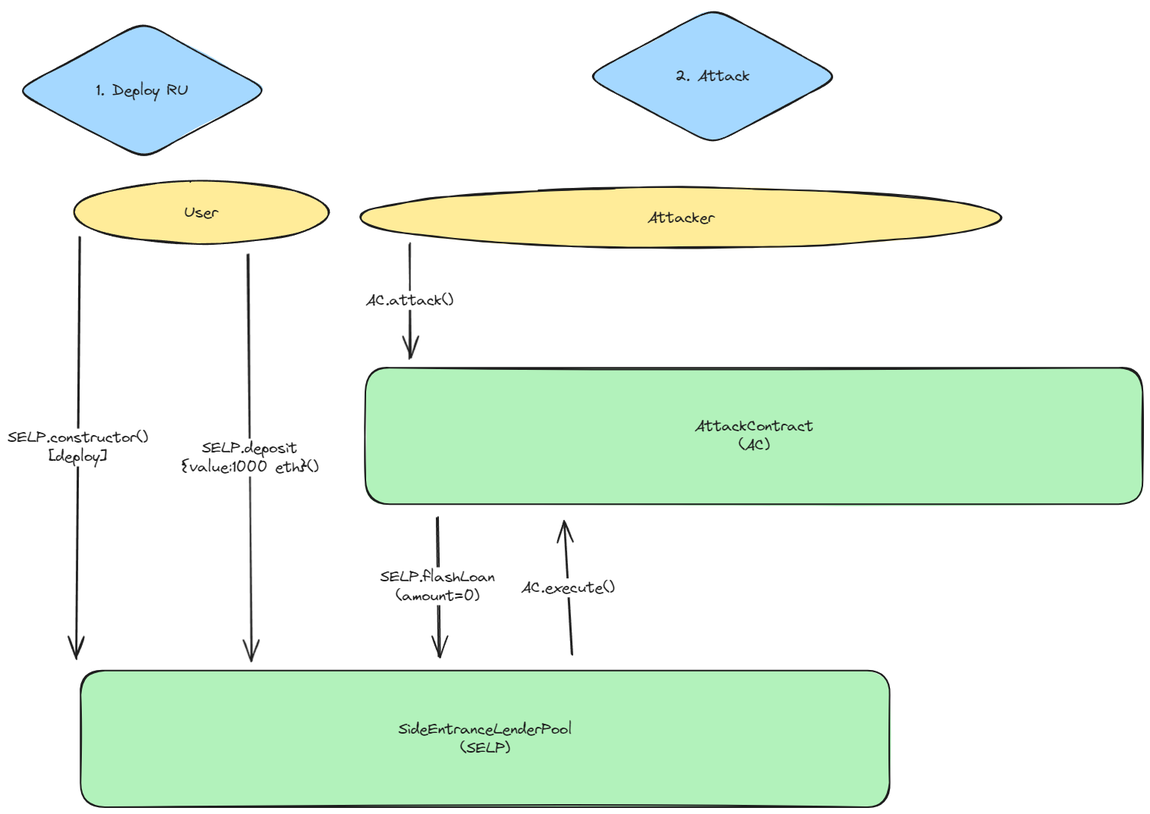
branjwong/damn-vulnerable-defi-echidna keeps this Excalidraw diagram as exercise8/diagram.excalidraw.png. Above is the earlier version. Source tidied: one line per element, renumbered; positions are measured from the earlier drawing's top-left corner, leaving out a move shared by most shapes. The source it was exported from:
```json
{"id": 0, "type": "ellipse", "strokeColor": "#1e1e1e", "backgroundColor": "#ffec99", "fillStyle": "solid", "strokeWidth": 2, "roughness": 1, "round": true, "x": 456, "y": 237, "width": 846, "height": 80}
{"id": 1, "type": "text", "text": "Attacker", "strokeColor": "#1e1e1e", "backgroundColor": "#ffec99", "fillStyle": "solid", "strokeWidth": 2, "roughness": 1, "fontSize": 20, "fontFamily": 1, "textAlign": "center", "verticalAlign": "middle", "inside": 0, "x": 835, "y": 265, "width": 88, "height": 25}
{"id": 2, "type": "arrow", "strokeColor": "#1e1e1e", "backgroundColor": "#b2f2bb", "fillStyle": "solid", "strokeWidth": 2, "roughness": 1, "endArrowhead": "arrow", "round": true, "from": 18, "to": 4, "x": 556, "y": 672, "width": 3, "height": 183, "points": [[0, 0], [3, 183]]}
{"id": 3, "type": "text", "text": "SELP.flashLoan\n(amount=0)", "strokeColor": "#1e1e1e", "backgroundColor": "#b2f2bb", "fillStyle": "solid", "strokeWidth": 2, "roughness": 1, "fontSize": 20, "fontFamily": 1, "textAlign": "center", "verticalAlign": "middle", "inside": 2, "x": 423, "y": 734, "width": 151, "height": 50}
{"id": 4, "type": "rectangle", "strokeColor": "#1e1e1e", "backgroundColor": "#b2f2bb", "fillStyle": "solid", "strokeWidth": 2, "roughness": 1, "round": true, "x": 87, "y": 875, "width": 1067, "height": 180}
{"id": 5, "type": "text", "text": "SideEntranceLenderPool\n(SELP)", "strokeColor": "#1e1e1e", "backgroundColor": "#b2f2bb", "fillStyle": "solid", "strokeWidth": 2, "roughness": 1, "fontSize": 20, "fontFamily": 1, "textAlign": "center", "verticalAlign": "middle", "inside": 4, "x": 506, "y": 940, "width": 229, "height": 50}
{"id": 6, "type": "arrow", "strokeColor": "#1e1e1e", "backgroundColor": "#b2f2bb", "fillStyle": "solid", "strokeWidth": 2, "roughness": 1, "endArrowhead": "arrow", "round": true, "from": 8, "to": 4, "x": 86, "y": 302, "width": 5, "height": 557, "points": [[0, 0], [-5, 557]]}
{"id": 7, "type": "text", "text": "SELP.constructor()\n[deploy]", "strokeColor": "#1e1e1e", "backgroundColor": "#b2f2bb", "fillStyle": "solid", "strokeWidth": 2, "roughness": 1, "fontSize": 20, "fontFamily": 1, "textAlign": "center", "verticalAlign": "middle", "inside": 6, "x": 138, "y": 842, "width": 185, "height": 50}
{"id": 8, "type": "ellipse", "strokeColor": "#1e1e1e", "backgroundColor": "#ffec99", "fillStyle": "solid", "strokeWidth": 2, "roughness": 1, "round": true, "x": 77, "y": 229, "width": 337, "height": 82}
{"id": 9, "type": "text", "text": "User", "strokeColor": "#1e1e1e", "backgroundColor": "#ffec99", "fillStyle": "solid", "strokeWidth": 2, "roughness": 1, "fontSize": 20, "fontFamily": 1, "textAlign": "center", "verticalAlign": "middle", "inside": 8, "x": 223, "y": 258, "width": 45, "height": 25}
{"id": 10, "type": "diamond", "strokeColor": "#1e1e1e", "backgroundColor": "#a5d8ff", "fillStyle": "solid", "strokeWidth": 2, "roughness": 1, "round": true, "x": 0, "y": 19, "width": 337, "height": 181}
{"id": 11, "type": "text", "text": "1. Deploy RU", "strokeColor": "#1e1e1e", "strokeWidth": 2, "roughness": 1, "fontSize": 20, "fontFamily": 1, "textAlign": "center", "verticalAlign": "middle", "inside": 10, "x": 108, "y": 97, "width": 121, "height": 25}
{"id": 12, "type": "diamond", "strokeColor": "#1e1e1e", "backgroundColor": "#a5d8ff", "fillStyle": "solid", "strokeWidth": 2, "roughness": 1, "round": true, "x": 752, "y": 0, "width": 337, "height": 181}
{"id": 13, "type": "text", "text": "2. Attack", "strokeColor": "#1e1e1e", "strokeWidth": 2, "roughness": 1, "fontSize": 20, "fontFamily": 1, "textAlign": "center", "verticalAlign": "middle", "inside": 12, "x": 871, "y": 78, "width": 99, "height": 25}
{"id": 14, "type": "arrow", "strokeColor": "#1e1e1e", "backgroundColor": "#b2f2bb", "fillStyle": "solid", "strokeWidth": 2, "roughness": 1, "endArrowhead": "arrow", "round": true, "from": 8, "to": 4, "x": 307, "y": 325, "width": 5, "height": 538, "points": [[0, 0], [5, 538]]}
{"id": 15, "type": "text", "text": "SELP.deposit\n{value:1000 eth}()", "strokeColor": "#1e1e1e", "backgroundColor": "#b2f2bb", "fillStyle": "solid", "strokeWidth": 2, "roughness": 1, "fontSize": 20, "fontFamily": 1, "textAlign": "center", "verticalAlign": "middle", "inside": 14, "x": 224, "y": 748, "width": 181, "height": 50}
{"id": 16, "type": "arrow", "strokeColor": "#1e1e1e", "strokeWidth": 2, "roughness": 1, "endArrowhead": "arrow", "round": true, "from": 4, "to": 18, "x": 735, "y": 853, "width": 10, "height": 175, "points": [[0, 0], [-10, -175]]}
{"id": 17, "type": "text", "text": "AC.execute()", "strokeColor": "#1e1e1e", "strokeWidth": 2, "roughness": 1, "fontSize": 20, "fontFamily": 1, "textAlign": "center", "verticalAlign": "middle", "inside": 16, "x": 671, "y": 753, "width": 123, "height": 25}
{"id": 18, "type": "rectangle", "strokeColor": "#1e1e1e", "backgroundColor": "#b2f2bb", "fillStyle": "solid", "strokeWidth": 2, "roughness": 1, "round": true, "x": 463, "y": 475, "width": 1025, "height": 180}
{"id": 19, "type": "text", "text": "AttackContract\n(AC)", "strokeColor": "#1e1e1e", "backgroundColor": "#b2f2bb", "fillStyle": "solid", "strokeWidth": 2, "roughness": 1, "fontSize": 20, "fontFamily": 1, "textAlign": "center", "verticalAlign": "middle", "inside": 18, "x": 897, "y": 540, "width": 157, "height": 50}
{"id": 20, "type": "arrow", "strokeColor": "#1e1e1e", "backgroundColor": "#b2f2bb", "fillStyle": "solid", "strokeWidth": 2, "roughness": 1, "endArrowhead": "arrow", "round": true, "from": 0, "to": 18, "x": 520, "y": 311, "width": 1, "height": 152, "points": [[0, 0], [1, 152]]}
{"id": 21, "type": "text", "text": "AC.attack()", "strokeColor": "#1e1e1e", "backgroundColor": "#b2f2bb", "fillStyle": "solid", "strokeWidth": 2, "roughness": 1, "fontSize": 20, "fontFamily": 1, "textAlign": "center", "verticalAlign": "middle", "inside": 20, "x": 463, "y": 374, "width": 116, "height": 25}
```
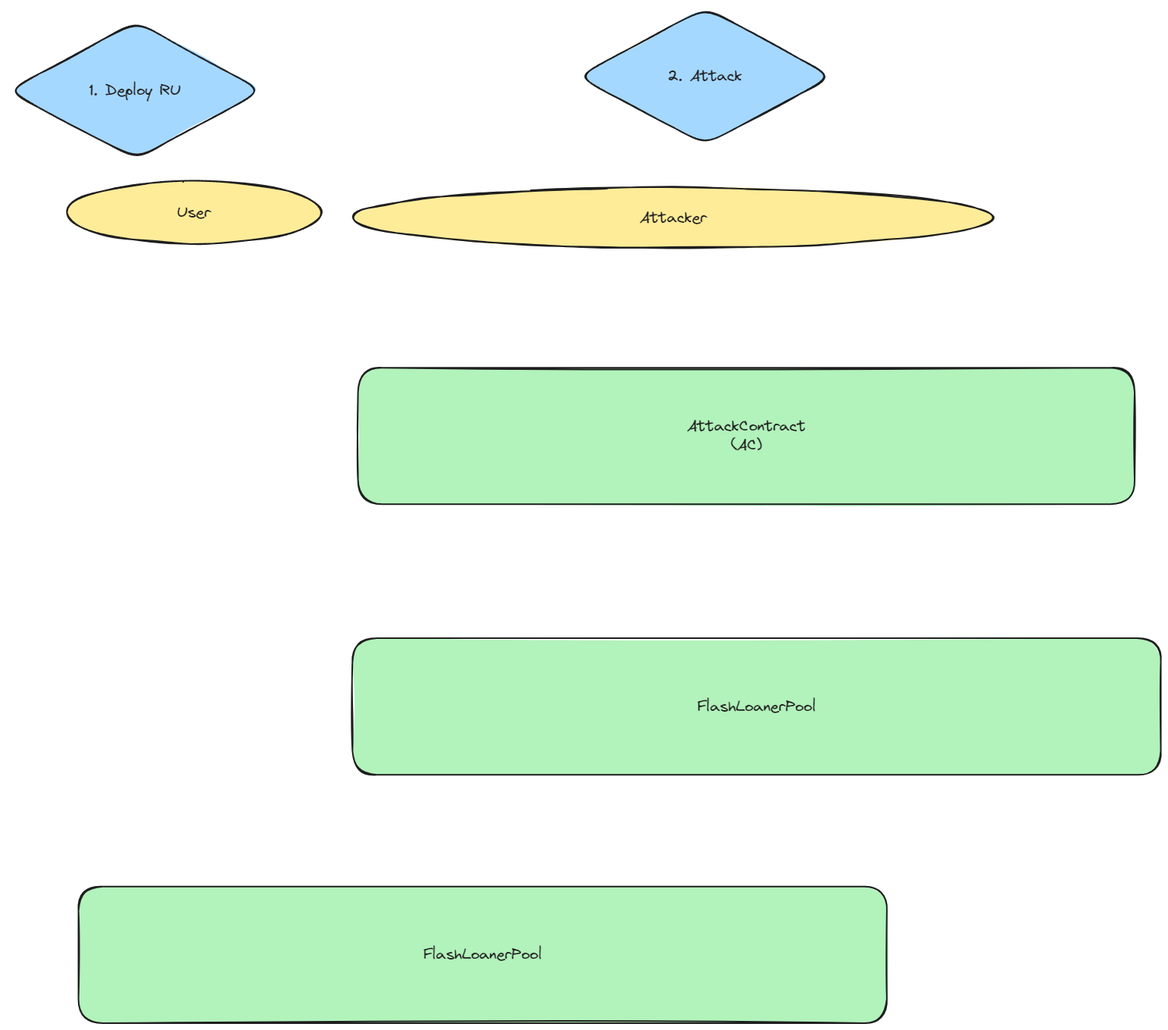
After the change.

Change to the diagram source:
```diff
@@ -1,22 +1,14 @@
 {"id": 0, "type": "ellipse", "strokeColor": "#1e1e1e", "backgroundColor": "#ffec99", "fillStyle": "solid", "strokeWidth": 2, "roughness": 1, "round": true, "x": 456, "y": 237, "width": 846, "height": 80}
 {"id": 1, "type": "text", "text": "Attacker", "strokeColor": "#1e1e1e", "backgroundColor": "#ffec99", "fillStyle": "solid", "strokeWidth": 2, "roughness": 1, "fontSize": 20, "fontFamily": 1, "textAlign": "center", "verticalAlign": "middle", "inside": 0, "x": 835, "y": 265, "width": 88, "height": 25}
-{"id": 2, "type": "arrow", "strokeColor": "#1e1e1e", "backgroundColor": "#b2f2bb", "fillStyle": "solid", "strokeWidth": 2, "roughness": 1, "endArrowhead": "arrow", "round": true, "from": 18, "to": 4, "x": 556, "y": 672, "width": 3, "height": 183, "points": [[0, 0], [3, 183]]}
-{"id": 3, "type": "text", "text": "SELP.flashLoan\n(amount=0)", "strokeColor": "#1e1e1e", "backgroundColor": "#b2f2bb", "fillStyle": "solid", "strokeWidth": 2, "roughness": 1, "fontSize": 20, "fontFamily": 1, "textAlign": "center", "verticalAlign": "middle", "inside": 2, "x": 423, "y": 734, "width": 151, "height": 50}
-{"id": 4, "type": "rectangle", "strokeColor": "#1e1e1e", "backgroundColor": "#b2f2bb", "fillStyle": "solid", "strokeWidth": 2, "roughness": 1, "round": true, "x": 87, "y": 875, "width": 1067, "height": 180}
+{"id": 4, "type": "rectangle", "strokeColor": "#1e1e1e", "backgroundColor": "#b2f2bb", "fillStyle": "solid", "strokeWidth": 2, "roughness": 1, "round": true, "x": 94, "y": 1160, "width": 1067, "height": 180}
-{"id": 5, "type": "text", "text": "SideEntranceLenderPool\n(SELP)", "strokeColor": "#1e1e1e", "backgroundColor": "#b2f2bb", "fillStyle": "solid", "strokeWidth": 2, "roughness": 1, "fontSize": 20, "fontFamily": 1, "textAlign": "center", "verticalAlign": "middle", "inside": 4, "x": 506, "y": 940, "width": 229, "height": 50}
+{"id": 5, "type": "text", "text": "FlashLoanerPool", "strokeColor": "#1e1e1e", "backgroundColor": "#b2f2bb", "fillStyle": "solid", "strokeWidth": 2, "roughness": 1, "fontSize": 20, "fontFamily": 1, "textAlign": "center", "verticalAlign": "middle", "inside": 4, "x": 549, "y": 1237, "width": 157, "height": 25}
-{"id": 6, "type": "arrow", "strokeColor": "#1e1e1e", "backgroundColor": "#b2f2bb", "fillStyle": "solid", "strokeWidth": 2, "roughness": 1, "endArrowhead": "arrow", "round": true, "from": 8, "to": 4, "x": 86, "y": 302, "width": 5, "height": 557, "points": [[0, 0], [-5, 557]]}
-{"id": 7, "type": "text", "text": "SELP.constructor()\n[deploy]", "strokeColor": "#1e1e1e", "backgroundColor": "#b2f2bb", "fillStyle": "solid", "strokeWidth": 2, "roughness": 1, "fontSize": 20, "fontFamily": 1, "textAlign": "center", "verticalAlign": "middle", "inside": 6, "x": 138, "y": 842, "width": 185, "height": 50}
 {"id": 8, "type": "ellipse", "strokeColor": "#1e1e1e", "backgroundColor": "#ffec99", "fillStyle": "solid", "strokeWidth": 2, "roughness": 1, "round": true, "x": 77, "y": 229, "width": 337, "height": 82}
 {"id": 9, "type": "text", "text": "User", "strokeColor": "#1e1e1e", "backgroundColor": "#ffec99", "fillStyle": "solid", "strokeWidth": 2, "roughness": 1, "fontSize": 20, "fontFamily": 1, "textAlign": "center", "verticalAlign": "middle", "inside": 8, "x": 223, "y": 258, "width": 45, "height": 25}
 {"id": 10, "type": "diamond", "strokeColor": "#1e1e1e", "backgroundColor": "#a5d8ff", "fillStyle": "solid", "strokeWidth": 2, "roughness": 1, "round": true, "x": 0, "y": 19, "width": 337, "height": 181}
 {"id": 11, "type": "text", "text": "1. Deploy RU", "strokeColor": "#1e1e1e", "strokeWidth": 2, "roughness": 1, "fontSize": 20, "fontFamily": 1, "textAlign": "center", "verticalAlign": "middle", "inside": 10, "x": 108, "y": 97, "width": 121, "height": 25}
 {"id": 12, "type": "diamond", "strokeColor": "#1e1e1e", "backgroundColor": "#a5d8ff", "fillStyle": "solid", "strokeWidth": 2, "roughness": 1, "round": true, "x": 752, "y": 0, "width": 337, "height": 181}
 {"id": 13, "type": "text", "text": "2. Attack", "strokeColor": "#1e1e1e", "strokeWidth": 2, "roughness": 1, "fontSize": 20, "fontFamily": 1, "textAlign": "center", "verticalAlign": "middle", "inside": 12, "x": 871, "y": 78, "width": 99, "height": 25}
-{"id": 14, "type": "arrow", "strokeColor": "#1e1e1e", "backgroundColor": "#b2f2bb", "fillStyle": "solid", "strokeWidth": 2, "roughness": 1, "endArrowhead": "arrow", "round": true, "from": 8, "to": 4, "x": 307, "y": 325, "width": 5, "height": 538, "points": [[0, 0], [5, 538]]}
-{"id": 15, "type": "text", "text": "SELP.deposit\n{value:1000 eth}()", "strokeColor": "#1e1e1e", "backgroundColor": "#b2f2bb", "fillStyle": "solid", "strokeWidth": 2, "roughness": 1, "fontSize": 20, "fontFamily": 1, "textAlign": "center", "verticalAlign": "middle", "inside": 14, "x": 224, "y": 748, "width": 181, "height": 50}
-{"id": 16, "type": "arrow", "strokeColor": "#1e1e1e", "strokeWidth": 2, "roughness": 1, "endArrowhead": "arrow", "round": true, "from": 4, "to": 18, "x": 735, "y": 853, "width": 10, "height": 175, "points": [[0, 0], [-10, -175]]}
-{"id": 17, "type": "text", "text": "AC.execute()", "strokeColor": "#1e1e1e", "strokeWidth": 2, "roughness": 1, "fontSize": 20, "fontFamily": 1, "textAlign": "center", "verticalAlign": "middle", "inside": 16, "x": 671, "y": 753, "width": 123, "height": 25}
 {"id": 18, "type": "rectangle", "strokeColor": "#1e1e1e", "backgroundColor": "#b2f2bb", "fillStyle": "solid", "strokeWidth": 2, "roughness": 1, "round": true, "x": 463, "y": 475, "width": 1025, "height": 180}
 {"id": 19, "type": "text", "text": "AttackContract\n(AC)", "strokeColor": "#1e1e1e", "backgroundColor": "#b2f2bb", "fillStyle": "solid", "strokeWidth": 2, "roughness": 1, "fontSize": 20, "fontFamily": 1, "textAlign": "center", "verticalAlign": "middle", "inside": 18, "x": 897, "y": 540, "width": 157, "height": 50}
-{"id": 20, "type": "arrow", "strokeColor": "#1e1e1e", "backgroundColor": "#b2f2bb", "fillStyle": "solid", "strokeWidth": 2, "roughness": 1, "endArrowhead": "arrow", "round": true, "from": 0, "to": 18, "x": 520, "y": 311, "width": 1, "height": 152, "points": [[0, 0], [1, 152]]}
-{"id": 21, "type": "text", "text": "AC.attack()", "strokeColor": "#1e1e1e", "backgroundColor": "#b2f2bb", "fillStyle": "solid", "strokeWidth": 2, "roughness": 1, "fontSize": 20, "fontFamily": 1, "textAlign": "center", "verticalAlign": "middle", "inside": 20, "x": 463, "y": 374, "width": 116, "height": 25}
+{"id": 22, "type": "rectangle", "strokeColor": "#1e1e1e", "backgroundColor": "#b2f2bb", "fillStyle": "solid", "strokeWidth": 2, "roughness": 1, "round": true, "x": 455, "y": 832, "width": 1067, "height": 180}
+{"id": 23, "type": "text", "text": "FlashLoanerPool", "strokeColor": "#1e1e1e", "backgroundColor": "#b2f2bb", "fillStyle": "solid", "strokeWidth": 2, "roughness": 1, "fontSize": 20, "fontFamily": 1, "textAlign": "center", "verticalAlign": "middle", "inside": 22, "x": 911, "y": 910, "width": 157, "height": 25}
```
